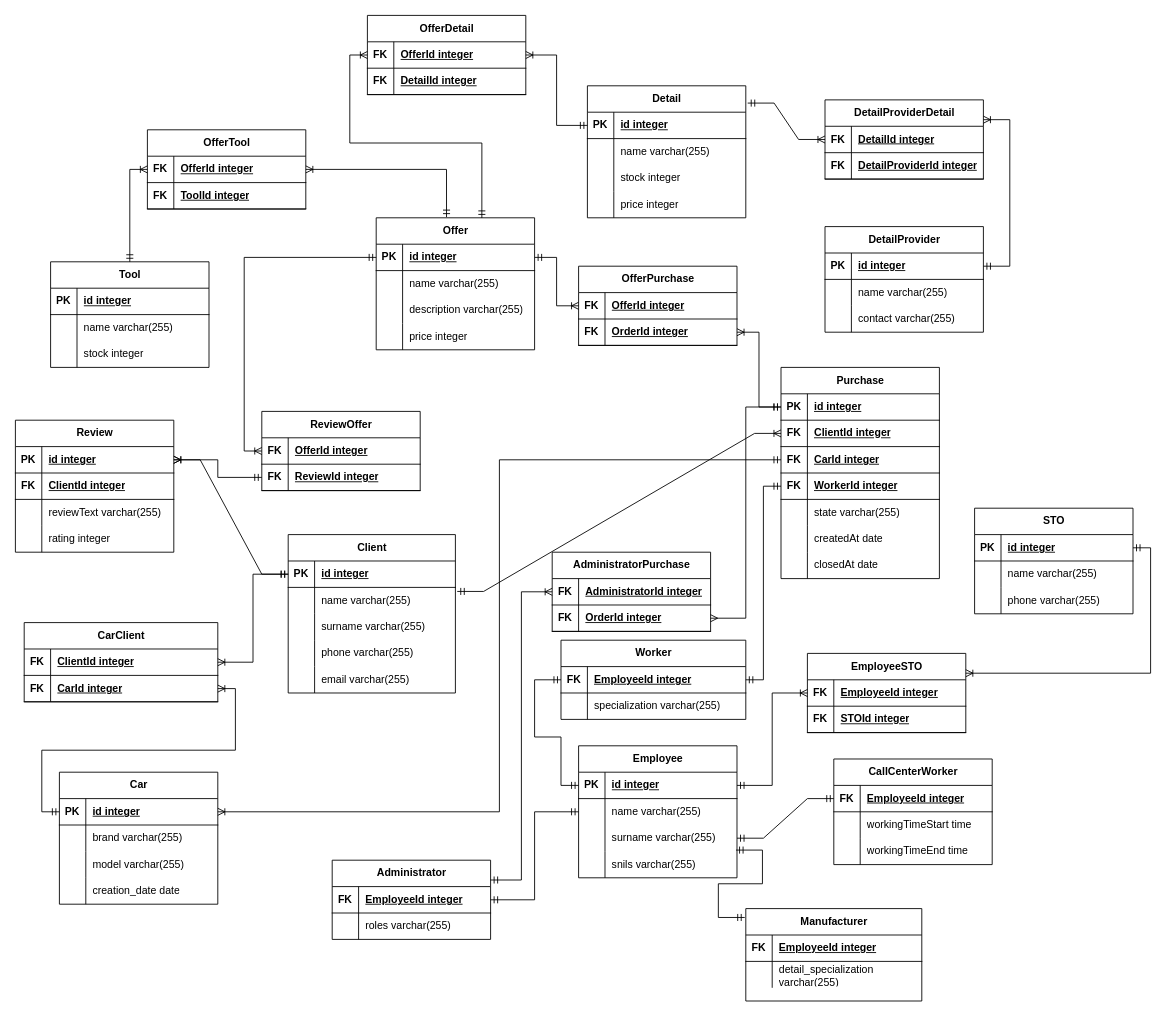
This is Семестр 5/ИСБД/курсовая/этап2/datalogical.drawio from Ivanio1/itmo-3course, a draw.io file, before an edit. Source tidied: cells renumbered, new cells numbered last; positions are measured from the earlier drawing's top-left corner, leaving out a move shared by most shapes. Both pictures are drawn from the tidied source at 88%, with x=0, y=0 at pixel (15, 15).
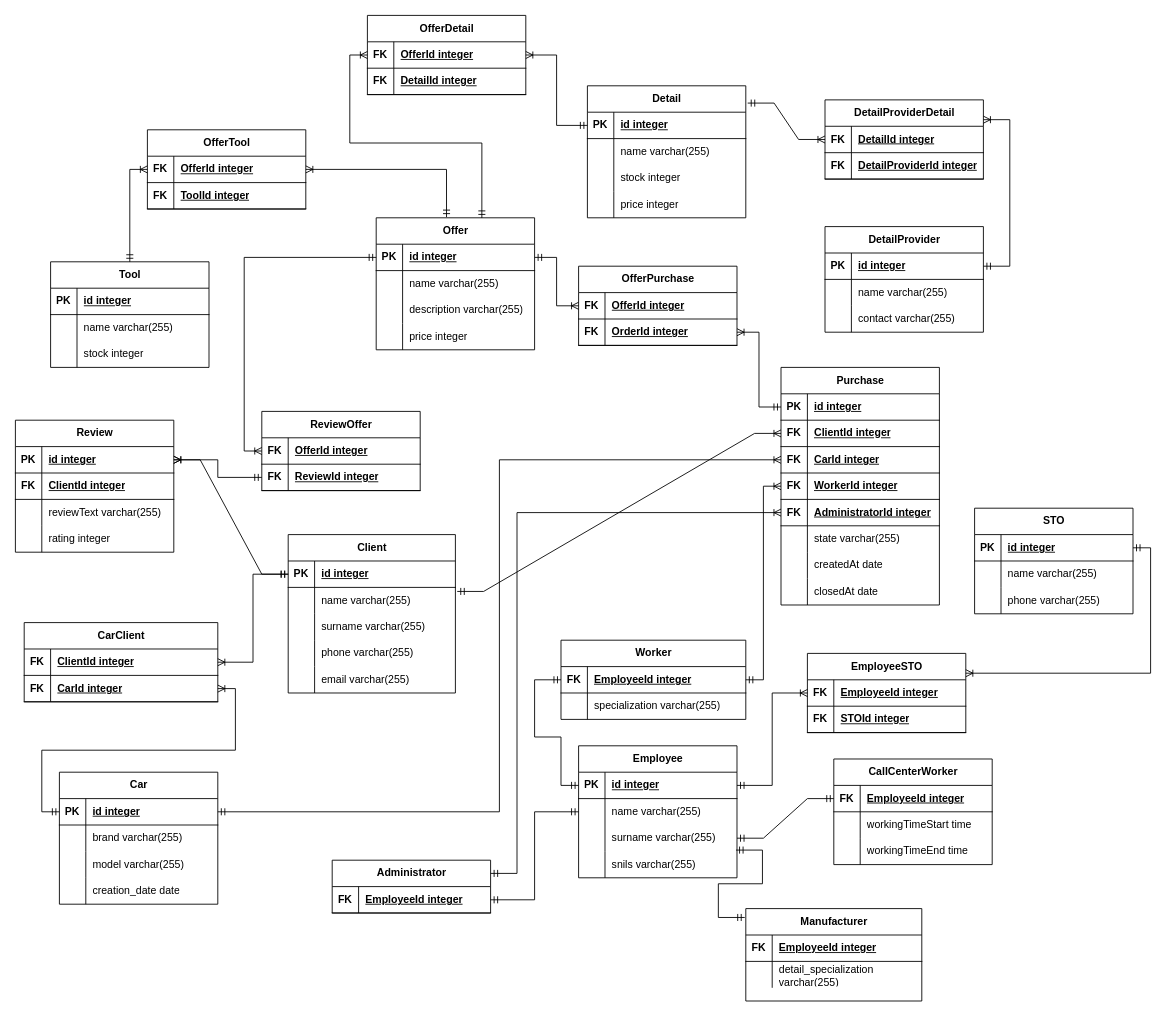
After the change.

The change refers to these unchanged cells:
```xml
<mxCell id="32" style="shape=tableRow;horizontal=0;startSize=0;swimlaneHead=0;swimlaneBody=0;fillColor=none;points=[[0,0.5],[1,0.5]];portConstraint=eastwest;top=0;left=0;right=0;bottom=1;" parent="31" vertex="1">
  <mxGeometry y="30" width="210" height="30" as="geometry" />
</mxCell>
<mxCell id="65" style="shape=tableRow;horizontal=0;startSize=0;swimlaneHead=0;swimlaneBody=0;fillColor=none;points=[[0,0.5],[1,0.5]];portConstraint=eastwest;top=0;left=0;right=0;bottom=1;" parent="64" vertex="1">
  <mxGeometry y="30" width="180" height="30" as="geometry" />
</mxCell>
<mxCell id="102" style="shape=tableRow;horizontal=0;startSize=0;swimlaneHead=0;swimlaneBody=0;fillColor=none;points=[[0,0.5],[1,0.5]];portConstraint=eastwest;top=0;left=0;right=0;bottom=1;" parent="101" vertex="1">
  <mxGeometry y="30" width="180" height="30" as="geometry" />
</mxCell>
<mxCell id="108" style="shape=tableRow;horizontal=0;startSize=0;swimlaneHead=0;swimlaneBody=0;fillColor=none;points=[[0,0.5],[1,0.5]];portConstraint=eastwest;top=0;left=0;right=0;bottom=1;" parent="101" vertex="1">
  <mxGeometry y="90" width="180" height="30" as="geometry" />
</mxCell>
<mxCell id="111" style="shape=tableRow;horizontal=0;startSize=0;swimlaneHead=0;swimlaneBody=0;fillColor=none;points=[[0,0.5],[1,0.5]];portConstraint=eastwest;top=0;left=0;right=0;bottom=1;" parent="101" vertex="1">
  <mxGeometry y="120" width="180" height="30" as="geometry" />
</mxCell>
```

Change to the diagram source:
```diff
@@
     <mxCell id="38" value="Administrator" style="shape=table;startSize=30;childLayout=tableLayout;rowLines=0;fontStyle=1;align=center;html=1;" parent="1" vertex="1">
-      <mxGeometry x="360" y="960" width="180" height="90" as="geometry" />
+      <mxGeometry x="360" y="960" width="180" height="60" as="geometry" />
     </mxCell>
@@
-    <mxCell id="42" style="shape=tableRow;horizontal=0;startSize=0;swimlaneHead=0;swimlaneBody=0;fillColor=none;top=0;left=0;right=0;bottom=0;" parent="38" vertex="1">
-      <mxGeometry y="60" width="180" height="30" as="geometry" />
-    </mxCell>
-    <mxCell id="43" style="shape=partialRectangle;fillColor=none;top=0;left=0;bottom=0;right=0;overflow=hidden;whiteSpace=wrap;html=1;" parent="42" vertex="1">
-      <mxGeometry width="30" height="30" as="geometry" />
-    </mxCell>
-    <mxCell id="44" value="roles varchar(255)" style="shape=partialRectangle;fillColor=none;top=0;left=0;bottom=0;right=0;align=left;spacingLeft=6;overflow=hidden;whiteSpace=wrap;html=1;" parent="42" vertex="1">
-      <mxGeometry x="30" width="150" height="30" as="geometry" />
-    </mxCell>
@@
     <mxCell id="101" value="Purchase" style="shape=table;startSize=30;childLayout=tableLayout;rowLines=0;fontStyle=1;align=center;html=1;" parent="1" vertex="1">
-      <mxGeometry x="870" y="400" width="180" height="240" as="geometry" />
+      <mxGeometry x="870" y="400" width="180" height="270" as="geometry" />
     </mxCell>
@@
+    <mxCell id="246" style="shape=tableRow;horizontal=0;startSize=0;swimlaneHead=0;swimlaneBody=0;fillColor=none;points=[[0,0.5],[1,0.5]];portConstraint=eastwest;top=0;left=0;right=0;bottom=1;" parent="101" vertex="1">
+      <mxGeometry y="150" width="180" height="30" as="geometry" />
+    </mxCell>
+    <mxCell id="247" value="FK" style="shape=partialRectangle;fillColor=none;top=0;left=0;bottom=0;right=0;fontStyle=1;overflow=hidden;whiteSpace=wrap;html=1;" parent="246" vertex="1">
+      <mxGeometry width="30" height="30" as="geometry" />
+    </mxCell>
+    <mxCell id="189" value="AdministratorId integer" style="shape=partialRectangle;fillColor=none;top=0;left=0;bottom=0;right=0;align=left;spacingLeft=6;fontStyle=5;overflow=hidden;whiteSpace=wrap;html=1;" parent="246" vertex="1">
+      <mxGeometry x="30" width="150" height="30" as="geometry" />
+    </mxCell>
     <mxCell id="114" style="shape=tableRow;horizontal=0;startSize=0;swimlaneHead=0;swimlaneBody=0;fillColor=none;top=0;left=0;right=0;bottom=0;" parent="101" vertex="1">
-      <mxGeometry y="150" width="180" height="30" as="geometry" />
+      <mxGeometry y="180" width="180" height="30" as="geometry" />
     </mxCell>
@@
     <mxCell id="117" style="shape=tableRow;horizontal=0;startSize=0;swimlaneHead=0;swimlaneBody=0;fillColor=none;top=0;left=0;right=0;bottom=0;" parent="101" vertex="1">
-      <mxGeometry y="180" width="180" height="30" as="geometry" />
+      <mxGeometry y="210" width="180" height="30" as="geometry" />
     </mxCell>
@@
     <mxCell id="120" style="shape=tableRow;horizontal=0;startSize=0;swimlaneHead=0;swimlaneBody=0;fillColor=none;top=0;left=0;right=0;bottom=0;" parent="101" vertex="1">
-      <mxGeometry y="210" width="180" height="30" as="geometry" />
+      <mxGeometry y="240" width="180" height="30" as="geometry" />
     </mxCell>
@@
-    <mxCell id="186" value="AdministratorPurchase" style="shape=table;startSize=30;childLayout=tableLayout;rowLines=0;fontStyle=1;align=center;html=1;" parent="1" vertex="1">
-      <mxGeometry x="610" y="610" width="180" height="90" as="geometry" />
-    </mxCell>
-    <mxCell id="187" style="shape=tableRow;horizontal=0;startSize=0;swimlaneHead=0;swimlaneBody=0;fillColor=none;points=[[0,0.5],[1,0.5]];portConstraint=eastwest;top=0;left=0;right=0;bottom=1;" parent="186" vertex="1">
-      <mxGeometry y="30" width="180" height="30" as="geometry" />
-    </mxCell>
-    <mxCell id="188" value="FK" style="shape=partialRectangle;fillColor=none;top=0;left=0;bottom=0;right=0;fontStyle=1;overflow=hidden;whiteSpace=wrap;html=1;" parent="187" vertex="1">
-      <mxGeometry width="30" height="30" as="geometry" />
-    </mxCell>
-    <mxCell id="189" value="AdministratorId integer" style="shape=partialRectangle;fillColor=none;top=0;left=0;bottom=0;right=0;align=left;spacingLeft=6;fontStyle=5;overflow=hidden;whiteSpace=wrap;html=1;" parent="187" vertex="1">
-      <mxGeometry x="30" width="150" height="30" as="geometry" />
-    </mxCell>
-    <mxCell id="190" style="shape=tableRow;horizontal=0;startSize=0;swimlaneHead=0;swimlaneBody=0;fillColor=none;points=[[0,0.5],[1,0.5]];portConstraint=eastwest;top=0;left=0;right=0;bottom=1;" parent="186" vertex="1">
-      <mxGeometry y="60" width="180" height="30" as="geometry" />
-    </mxCell>
-    <mxCell id="191" value="FK" style="shape=partialRectangle;fillColor=none;top=0;left=0;bottom=0;right=0;fontStyle=1;overflow=hidden;whiteSpace=wrap;html=1;" parent="190" vertex="1">
-      <mxGeometry width="30" height="30" as="geometry" />
-    </mxCell>
-    <mxCell id="192" value="OrderId integer" style="shape=partialRectangle;fillColor=none;top=0;left=0;bottom=0;right=0;align=left;spacingLeft=6;fontStyle=5;overflow=hidden;whiteSpace=wrap;html=1;" parent="190" vertex="1">
-      <mxGeometry x="30" width="150" height="30" as="geometry" />
-    </mxCell>
-    <mxCell id="193" style="edgeStyle=orthogonalEdgeStyle;rounded=0;jettySize=auto;html=1;exitX=0;exitY=0.5;exitDx=0;exitDy=0;entryX=1;entryY=0.25;entryDx=0;entryDy=0;startArrow=ERoneToMany;startFill=0;endArrow=ERmandOne;endFill=0;" parent="1" edge="1" source="187" target="38">
-      <mxGeometry relative="1" as="geometry" />
+    <mxCell id="193" style="edgeStyle=orthogonalEdgeStyle;rounded=0;jettySize=auto;html=1;entryX=1;entryY=0.25;entryDx=0;entryDy=0;startArrow=ERoneToMany;startFill=0;endArrow=ERmandOne;endFill=0;exitX=0;exitY=0.5;exitDx=0;exitDy=0;" parent="1" edge="1" source="246" target="38">
+      <mxGeometry relative="1" as="geometry">
+        <Array as="points">
+          <mxPoint x="570" y="565" />
+          <mxPoint x="570" y="975" />
+        </Array>
+      </mxGeometry>
     </mxCell>
@@
-    <mxCell id="221" style="edgeStyle=orthogonalEdgeStyle;rounded=0;jettySize=auto;html=1;exitX=1;exitY=0.5;exitDx=0;exitDy=0;endArrow=ERmandOne;endFill=0;startArrow=ERoneToMany;startFill=0;entryX=0;entryY=0.5;entryDx=0;entryDy=0;" parent="1" edge="1" source="65" target="108">
+    <mxCell id="221" style="edgeStyle=orthogonalEdgeStyle;rounded=0;jettySize=auto;html=1;exitX=1;exitY=0.5;exitDx=0;exitDy=0;endArrow=ERoneToMany;endFill=0;startArrow=ERmandOne;startFill=0;entryX=0;entryY=0.5;entryDx=0;entryDy=0;" parent="1" edge="1" source="65" target="108">
       <mxGeometry relative="1" as="geometry" />
     </mxCell>
@@
-    <mxCell id="244" style="edgeStyle=orthogonalEdgeStyle;rounded=0;jettySize=auto;html=1;exitX=0;exitY=0.5;exitDx=0;exitDy=0;endArrow=ERmany;endFill=0;startArrow=ERmandOne;startFill=0;entryX=1;entryY=0.5;entryDx=0;entryDy=0;" parent="1" edge="1" source="102" target="190">
-      <mxGeometry relative="1" as="geometry" />
-    </mxCell>
-    <mxCell id="245" style="edgeStyle=orthogonalEdgeStyle;rounded=0;jettySize=auto;html=1;exitX=1;exitY=0.5;exitDx=0;exitDy=0;endArrow=ERmandOne;endFill=0;startArrow=ERmandOne;startFill=0;entryX=0;entryY=0.5;entryDx=0;entryDy=0;" parent="1" edge="1" source="32" target="111">
+    <mxCell id="245" style="edgeStyle=orthogonalEdgeStyle;rounded=0;jettySize=auto;html=1;exitX=1;exitY=0.5;exitDx=0;exitDy=0;endArrow=ERoneToMany;endFill=0;startArrow=ERmandOne;startFill=0;entryX=0;entryY=0.5;entryDx=0;entryDy=0;" parent="1" edge="1" source="32" target="111">
       <mxGeometry relative="1" as="geometry" />
     </mxCell>
```
